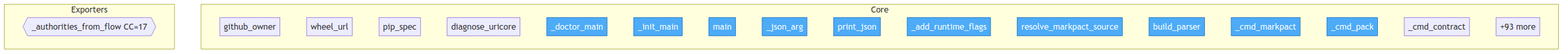
Before: project/flow.png, a diagram exported from Mermaid (tellmesh/urisys). Its source is kept beside it as project/flow.mmd.
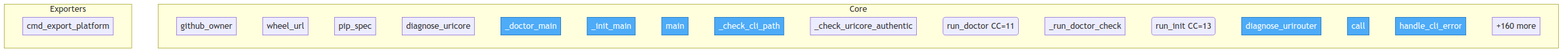
The same diagram one commit later.

The edit, as a diff of the source:
```diff
@@ -10,19 +10,19 @@
         src__urisys__bootstrap___doctor_main["_doctor_main"]
         src__urisys__bootstrap___init_main["_init_main"]
         src__urisys__bootstrap__main["main"]
-        src__urisys__cli___json_arg["_json_arg"]
-        src__urisys__cli__print_json["print_json"]
-        src__urisys__cli___add_runtime_flags["_add_runtime_flags"]
-        src__urisys__cli__resolve_markpact_source["resolve_markpact_source"]
-        src__urisys__cli__build_parser["build_parser"]
-        src__urisys__cli___cmd_markpact["_cmd_markpact"]
-        src__urisys__cli___cmd_pack["_cmd_pack"]
-        src__urisys__cli___cmd_contract["_cmd_contract"]
-        ...["+93 more"]
+        src__urisys__doctor___check_cli_path["_check_cli_path"]
+        src__urisys__doctor___check_uricore_authentic["_check_uricore_authentic"]
+        src__urisys__doctor__run_doctor("run_doctor CC=11")
+        src__urisys__init_setup___run_doctor_check["_run_doctor_check"]
+        src__urisys__init_setup__run_init("run_init CC=13")
+        src__urisys__urirouter_install__diagnose_urirouter["diagnose_urirouter"]
+        src__urisys__http_server___ControllerRuntime__call["call"]
+        src__urisys__cli__errors__handle_cli_error["handle_cli_error"]
+        ...["+160 more"]
     end
 
     subgraph Exporters
-        src__urisys__managers__platform_export___authorities_from_flow{{_authorities_from_flow CC=17}}
+        src__urisys__cli__commands__markpact__cmd_export_platform["cmd_export_platform"]
     end
 
-    class src__urisys__bootstrap___doctor_main,src__urisys__bootstrap___init_main,src__urisys__bootstrap__main,src__urisys__cli___json_arg,src__urisys__cli__print_json,src__urisys__cli___add_runtime_flags,src__urisys__cli__resolve_markpact_source,src__urisys__cli__build_parser,src__urisys__cli___cmd_markpact,src__urisys__cli___cmd_pack entry
+    class src__urisys__bootstrap___doctor_main,src__urisys__bootstrap___init_main,src__urisys__bootstrap__main,src__urisys__doctor___check_cli_path,src__urisys__urirouter_install__diagnose_urirouter,src__urisys__http_server___ControllerRuntime__call,src__urisys__cli__errors__handle_cli_error,src__urisys__cli__helpers__json_arg,src__urisys__cli__helpers__print_json,src__urisys__cli__helpers__resolve_markpact_source entry
```
